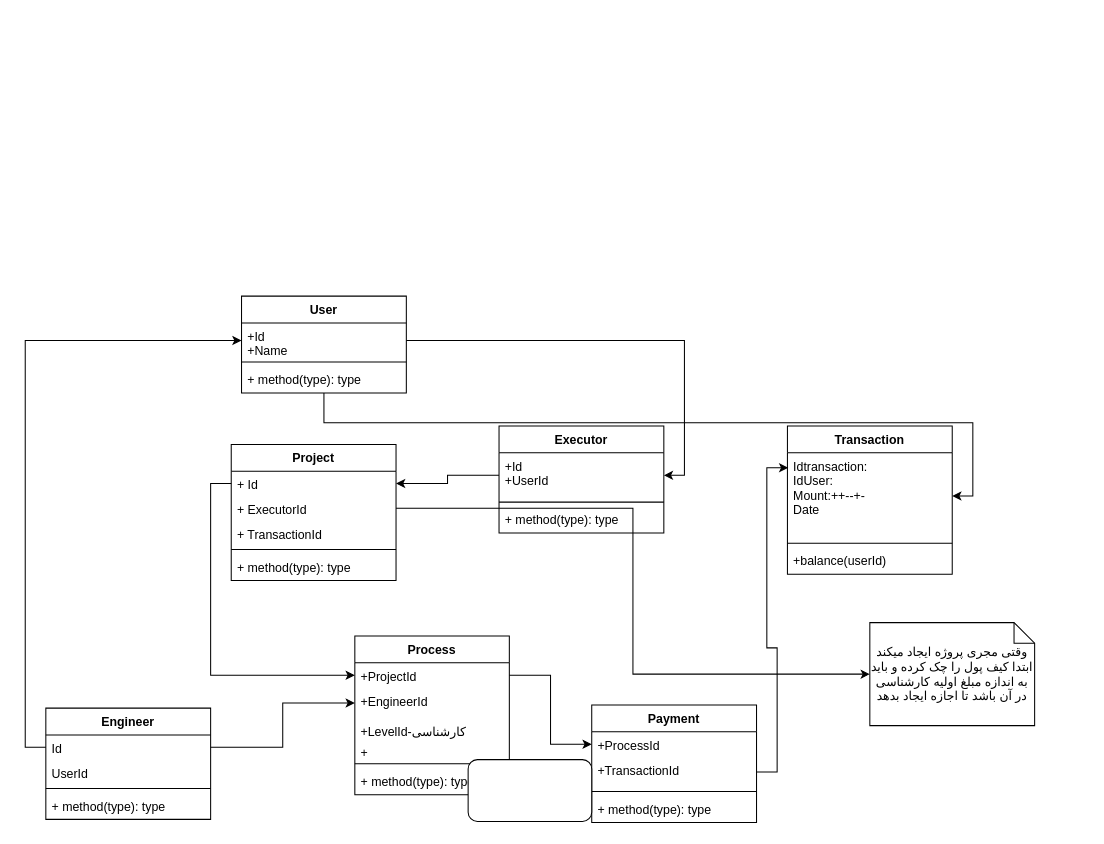
Before: GasUnit.drawio in amirkarami-dev/UML-VahedGas, a draw.io diagram. Source tidied: cells renumbered, new cells numbered last; positions are measured from the earlier drawing's top-left corner, leaving out a move shared by most shapes. Both pictures are drawn from the tidied source at 103%, with x=0, y=0 at pixel (45, 296).
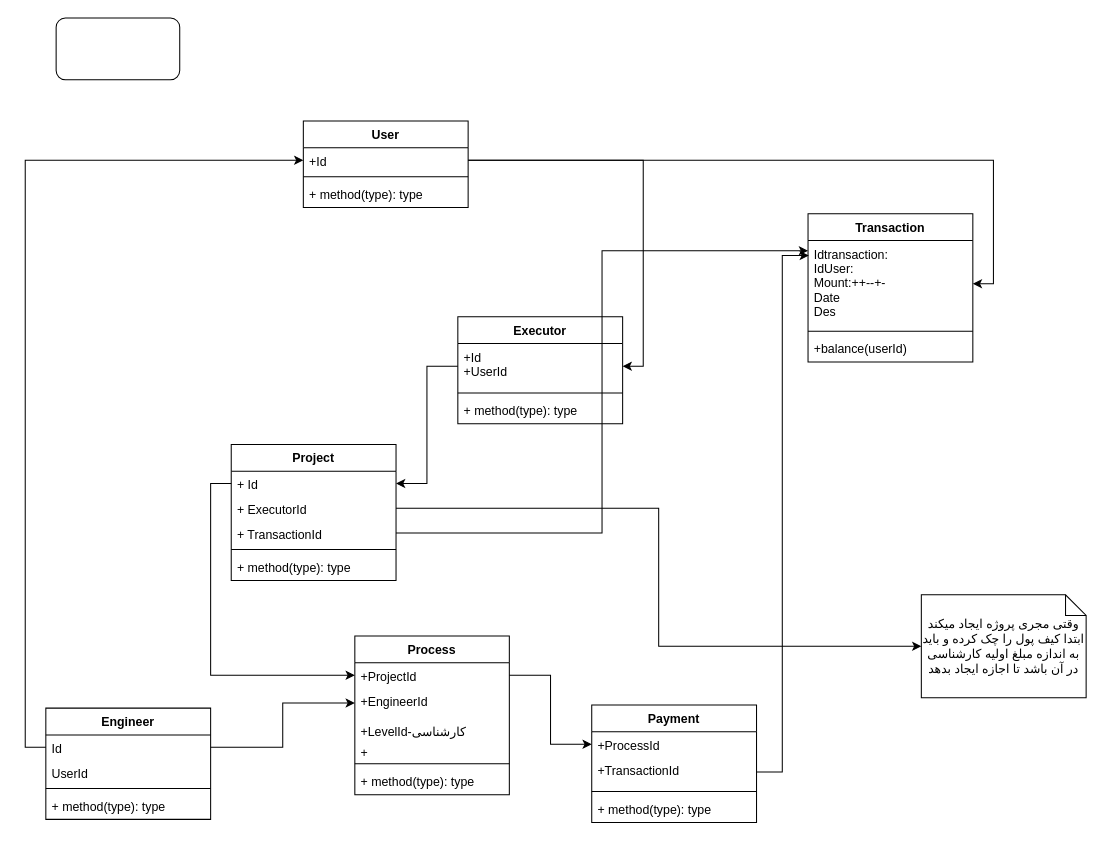
Above is the later version.

Unchanged cells that the change refers to:
```xml
<mxCell id="9" value="+ TransactionId" style="text;strokeColor=none;fillColor=none;align=left;verticalAlign=top;spacingLeft=4;spacingRight=4;overflow=hidden;points=[[0,0.5],[1,0.5]];portConstraint=eastwest;" parent="6" vertex="1">
  <mxGeometry y="74" width="160" height="24" as="geometry" />
</mxCell>
```

The edit, as a diff of the source:
```diff
@@
     <mxCell id="2" value="Executor" style="swimlane;fontStyle=1;align=center;verticalAlign=top;horizontal=1;startSize=26;" parent="1" vertex="1">
-      <mxGeometry x="440" y="126" width="160" height="104" as="geometry" />
+      <mxGeometry x="400" y="20" width="160" height="104" as="geometry" />
     </mxCell>
@@
     <mxCell id="29" value="Transaction" style="swimlane;fontStyle=1;align=center;verticalAlign=top;horizontal=1;startSize=26;" parent="1" vertex="1">
-      <mxGeometry x="720" y="126" width="160" height="144" as="geometry" />
+      <mxGeometry x="740" y="-80" width="160" height="144" as="geometry" />
     </mxCell>
-    <mxCell id="30" value="Idtransaction:&#10;IdUser:&#10;Mount:++--+-&#10;Date" style="text;strokeColor=none;fillColor=none;align=left;verticalAlign=top;spacingLeft=4;spacingRight=4;overflow=hidden;points=[[0,0.5],[1,0.5]];portConstraint=eastwest;" parent="29" vertex="1">
+    <mxCell id="30" value="Idtransaction:&#10;IdUser:&#10;Mount:++--+-&#10;Date&#10;Des" style="text;strokeColor=none;fillColor=none;align=left;verticalAlign=top;spacingLeft=4;spacingRight=4;overflow=hidden;points=[[0,0.5],[1,0.5]];portConstraint=eastwest;" parent="29" vertex="1">
       <mxGeometry y="26" width="160" height="84" as="geometry" />
     </mxCell>
@@
-    <mxCell id="34" style="edgeStyle=orthogonalEdgeStyle;rounded=0;jettySize=auto;html=1;entryX=1;entryY=0.5;entryDx=0;entryDy=0;" parent="1" edge="1" source="35" target="30">
+    <mxCell id="34" style="edgeStyle=orthogonalEdgeStyle;rounded=0;jettySize=auto;html=1;entryX=1;entryY=0.5;entryDx=0;entryDy=0;exitX=1;exitY=0.5;exitDx=0;exitDy=0;" parent="1" edge="1" source="36" target="30">
       <mxGeometry relative="1" as="geometry" />
     </mxCell>
     <mxCell id="35" value="User" style="swimlane;fontStyle=1;align=center;verticalAlign=top;horizontal=1;startSize=26;" parent="1" vertex="1">
-      <mxGeometry x="190" width="160" height="94" as="geometry" />
+      <mxGeometry x="250" y="-170" width="160" height="84" as="geometry" />
     </mxCell>
-    <mxCell id="36" value="+Id&#10;+Name" style="text;strokeColor=none;fillColor=none;align=left;verticalAlign=top;spacingLeft=4;spacingRight=4;overflow=hidden;points=[[0,0.5],[1,0.5]];portConstraint=eastwest;" parent="35" vertex="1">
-      <mxGeometry y="26" width="160" height="34" as="geometry" />
+    <mxCell id="36" value="+Id" style="text;strokeColor=none;fillColor=none;align=left;verticalAlign=top;spacingLeft=4;spacingRight=4;overflow=hidden;points=[[0,0.5],[1,0.5]];portConstraint=eastwest;" parent="35" vertex="1">
+      <mxGeometry y="26" width="160" height="24" as="geometry" />
     </mxCell>
     <mxCell id="37" style="line;strokeWidth=1;fillColor=none;align=left;verticalAlign=middle;spacingTop=-1;spacingLeft=3;spacingRight=3;labelPosition=right;" parent="35" vertex="1">
-      <mxGeometry y="60" width="160" height="8" as="geometry" />
+      <mxGeometry y="50" width="160" height="8" as="geometry" />
     </mxCell>
     <mxCell id="38" value="+ method(type): type" style="text;strokeColor=none;fillColor=none;align=left;verticalAlign=top;spacingLeft=4;spacingRight=4;overflow=hidden;" parent="35" vertex="1">
-      <mxGeometry y="68" width="160" height="26" as="geometry" />
+      <mxGeometry y="58" width="160" height="26" as="geometry" />
     </mxCell>
@@
     <mxCell id="45" value="وقتی مجری پروژه ایجاد میکند ابتدا کیف پول را چک کرده و باید به اندازه مبلغ اولیه کارشناسی در آن باشد تا اجازه ایجاد بدهد" style="shape=note;size=20;whiteSpace=wrap;html=1;" parent="1" vertex="1">
-      <mxGeometry x="800" y="317" width="160" height="100" as="geometry" />
+      <mxGeometry x="850" y="290" width="160" height="100" as="geometry" />
     </mxCell>
@@
     <mxCell id="47" style="rounded=1;whiteSpace=wrap;html=1;" parent="1" vertex="1">
-      <mxGeometry x="410" y="450" width="120" height="60" as="geometry" />
+      <mxGeometry x="10" y="-270" width="120" height="60" as="geometry" />
     </mxCell>
+    <mxCell id="48" style="edgeStyle=orthogonalEdgeStyle;rounded=0;jettySize=auto;html=1;entryX=0;entryY=0.25;entryDx=0;entryDy=0;" parent="1" edge="1" source="9" target="29">
+      <mxGeometry relative="1" as="geometry" />
+    </mxCell>
```
